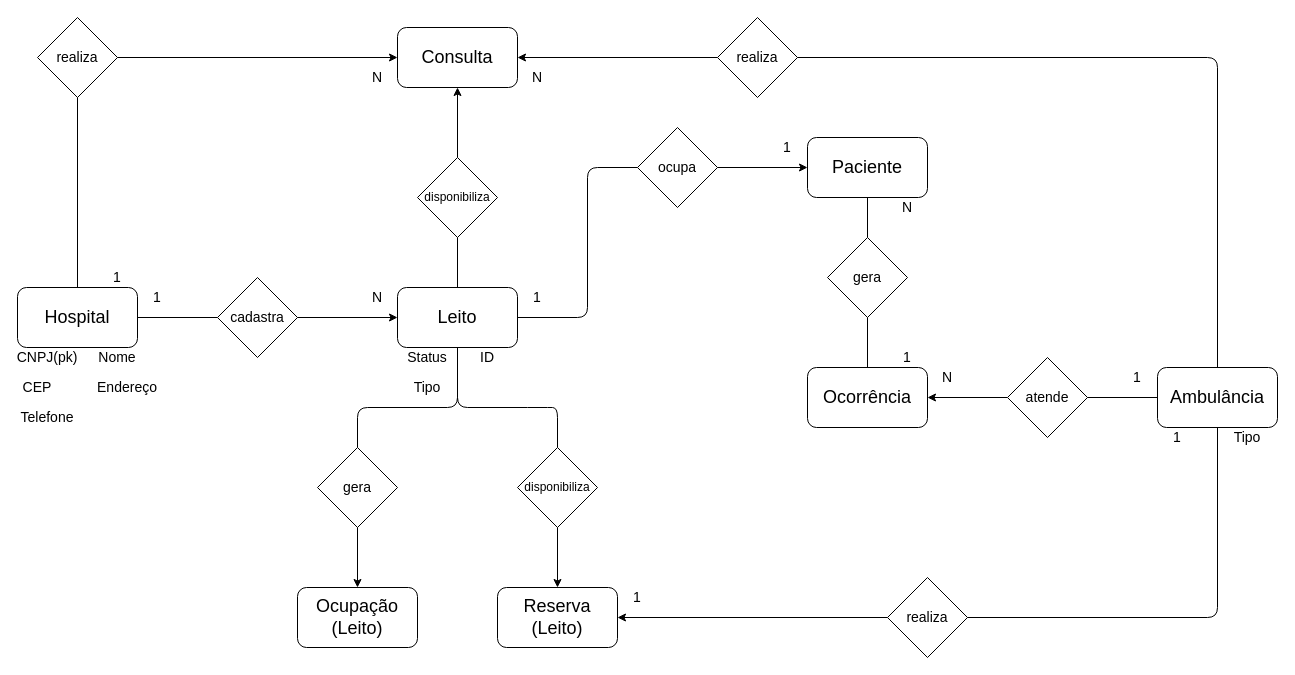
VitorCinosi/Conslei keeps this draw.io diagram as Untitled Diagram.drawio. Above is the earlier version. Source tidied: cells renumbered, new cells numbered last; positions are measured from the earlier drawing's top-left corner, leaving out a move shared by most shapes. Both pictures are drawn from the tidied source at 100%, with x=0, y=0 at pixel (17, 17).
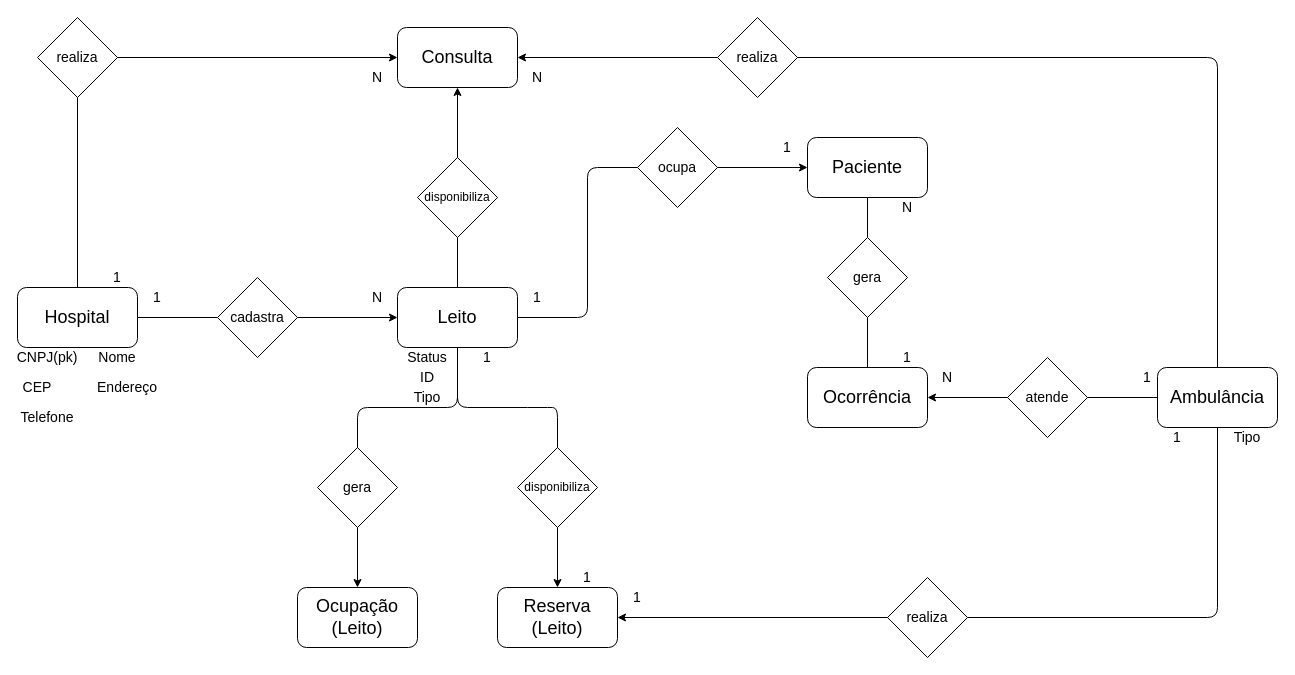
The same diagram, later.

Commit message:
Diagrama Pronto

The edit, as a diff of the source:
```diff
@@
     <mxCell id="68" value="&lt;font style=&quot;font-size: 14px&quot;&gt;1&lt;/font&gt;" style="text;html=1;strokeColor=none;fillColor=none;align=center;verticalAlign=middle;whiteSpace=wrap;rounded=0;" parent="1" vertex="1">
-      <mxGeometry x="1100" y="350" width="40" height="20" as="geometry" />
+      <mxGeometry x="1110" y="350" width="40" height="20" as="geometry" />
     </mxCell>
@@
     <mxCell id="75" value="&lt;font style=&quot;font-size: 14px&quot;&gt;ID&lt;/font&gt;" style="text;html=1;strokeColor=none;fillColor=none;align=center;verticalAlign=middle;whiteSpace=wrap;rounded=0;" parent="1" vertex="1">
-      <mxGeometry x="450" y="330" width="40" height="20" as="geometry" />
+      <mxGeometry x="390" y="350" width="40" height="20" as="geometry" />
     </mxCell>
     <mxCell id="76" value="&lt;font style=&quot;font-size: 14px&quot;&gt;Tipo&lt;/font&gt;" style="text;html=1;strokeColor=none;fillColor=none;align=center;verticalAlign=middle;whiteSpace=wrap;rounded=0;" parent="1" vertex="1">
-      <mxGeometry x="390" y="360" width="40" height="20" as="geometry" />
+      <mxGeometry x="390" y="370" width="40" height="20" as="geometry" />
     </mxCell>
@@
+    <mxCell id="80" value="&lt;font style=&quot;font-size: 14px&quot;&gt;1&lt;/font&gt;" style="text;html=1;strokeColor=none;fillColor=none;align=center;verticalAlign=middle;whiteSpace=wrap;rounded=0;" parent="1" vertex="1">
+      <mxGeometry x="450" y="330" width="40" height="20" as="geometry" />
+    </mxCell>
+    <mxCell id="81" value="&lt;font style=&quot;font-size: 14px&quot;&gt;1&lt;/font&gt;" style="text;html=1;strokeColor=none;fillColor=none;align=center;verticalAlign=middle;whiteSpace=wrap;rounded=0;" parent="1" vertex="1">
+      <mxGeometry x="550" y="550" width="40" height="20" as="geometry" />
+    </mxCell>
```
